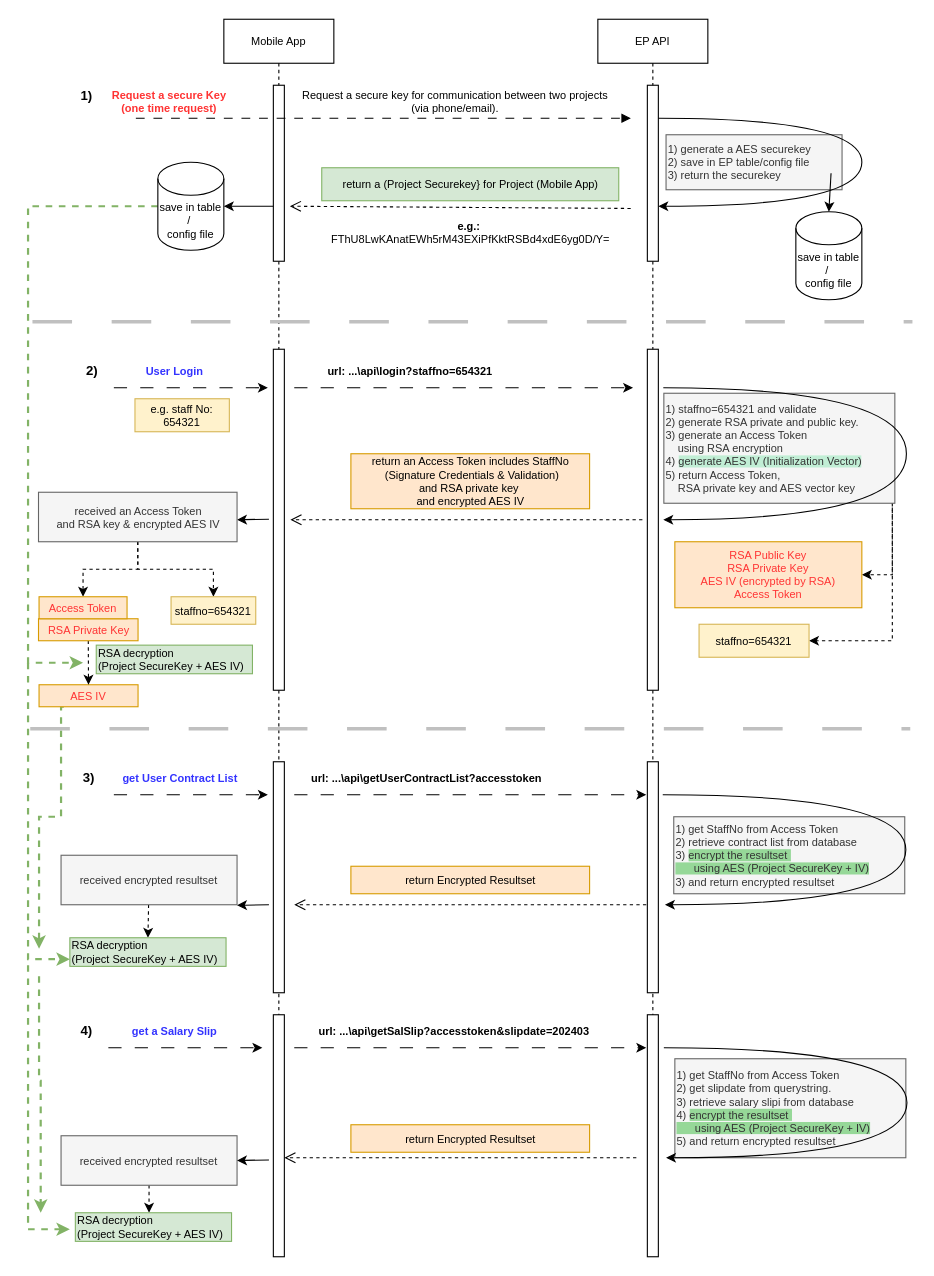
The draw.io diagram employeePortal_API_workflow.drawio in mujianlo/hrpt_drawio, before the edit. Source tidied: cells renumbered, new cells numbered last; positions are measured from the earlier drawing's top-left corner, leaving out a move shared by most shapes. Both pictures are drawn from the tidied source at 110%, with x=0, y=0 at pixel (28, 19).
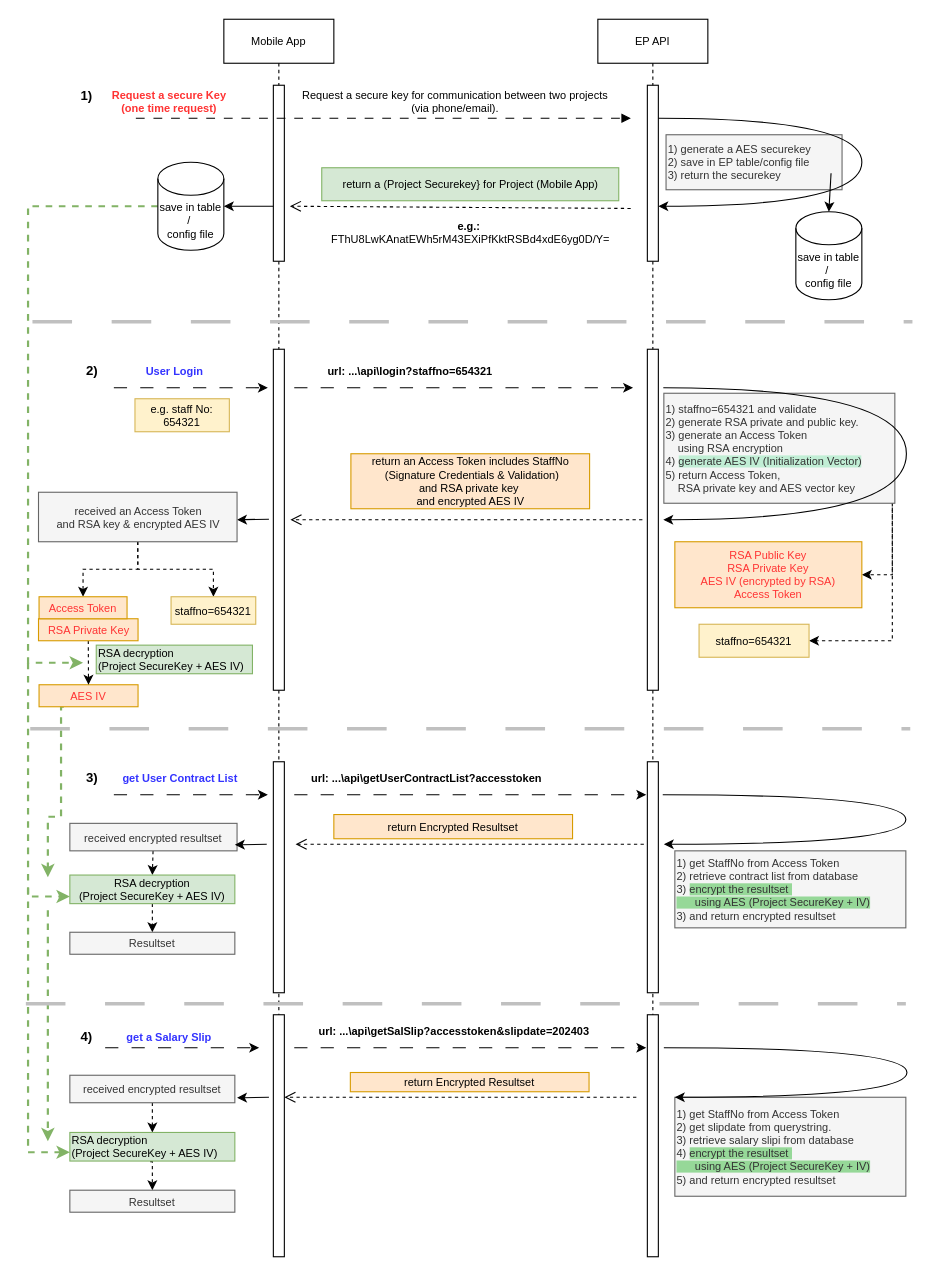
After the change.

Unchanged cells that the change refers to:
```xml
<mxCell id="33" value="AES IV" style="rounded=0;whiteSpace=wrap;html=1;fillColor=#ffe6cc;strokeColor=#d79b00;fontSize=10;fontColor=#FF3333;" parent="1" vertex="1">
  <mxGeometry x="10" y="605" width="90" height="20" as="geometry" />
</mxCell>
```

Change to the diagram source:
```diff
@@
     <mxCell id="32" style="edgeStyle=orthogonalEdgeStyle;rounded=0;jettySize=auto;html=1;strokeWidth=2;fillColor=#d5e8d4;strokeColor=#82b366;dashed=1;exitX=0.25;exitY=1;exitDx=0;exitDy=0;" parent="1" edge="1" source="33">
       <mxGeometry relative="1" as="geometry">
-        <mxPoint x="10" y="845" as="targetPoint" />
+        <mxPoint x="18" y="780" as="targetPoint" />
         <Array as="points">
           <mxPoint x="30" y="625" />
           <mxPoint x="30" y="725" />
+          <mxPoint x="18" y="725" />
+          <mxPoint x="18" y="780" />
         </Array>
       </mxGeometry>
     </mxCell>
@@
     <mxCell id="42" value="&lt;div&gt;1) get StaffNo from Access Token&lt;/div&gt;&lt;div&gt;2) retrieve contract list from database&lt;/div&gt;&lt;div&gt;3) &lt;span style=&quot;background-color: rgb(150, 216, 152);&quot;&gt;encrypt the resultset&amp;nbsp;&lt;/span&gt;&lt;/div&gt;&lt;div&gt;&lt;span style=&quot;background-color: rgb(150, 216, 152);&quot;&gt;&amp;nbsp;&amp;nbsp;&amp;nbsp;&amp;nbsp;&amp;nbsp; using AES (Project SecureKey + IV)&lt;/span&gt;&lt;br&gt;&lt;/div&gt;&lt;div&gt;3) and return encrypted resultset &lt;br&gt;&lt;/div&gt;" style="text;html=1;align=left;verticalAlign=middle;strokeColor=#666666;fillColor=#f5f5f5;fontSize=10;fontColor=#333333;" parent="1" vertex="1">
-      <mxGeometry x="587" y="725" width="210" height="70" as="geometry" />
+      <mxGeometry x="588" y="756" width="210" height="70" as="geometry" />
     </mxCell>
     <mxCell id="43" style="html=1;verticalAlign=bottom;endArrow=open;dashed=1;endSize=8;elbow=horizontal;rounded=0;fontSize=10;" parent="1" edge="1">
       <mxGeometry relative="1" as="geometry">
-        <mxPoint x="562" y="805" as="sourcePoint" />
-        <mxPoint x="242" y="805" as="targetPoint" />
+        <mxPoint x="559.8" y="750" as="sourcePoint" />
+        <mxPoint x="243.2" y="750" as="targetPoint" />
       </mxGeometry>
     </mxCell>
@@
     <mxCell id="45" value="&lt;b&gt;3)&lt;/b&gt;" style="text;html=1;align=center;verticalAlign=middle;strokeColor=none;fillColor=none;" parent="1" vertex="1">
-      <mxGeometry x="40" y="675" width="30" height="30" as="geometry" />
+      <mxGeometry x="43" y="675" width="30" height="30" as="geometry" />
     </mxCell>
@@
     <mxCell id="48" style="edgeStyle=orthogonalEdgeStyle;rounded=0;orthogonalLoop=1;jettySize=auto;html=1;elbow=vertical;curved=1;fontSize=10;" parent="1" edge="1">
       <mxGeometry relative="1" as="geometry">
         <mxPoint x="577" y="705" as="sourcePoint" />
-        <mxPoint x="579" y="805" as="targetPoint" />
+        <mxPoint x="578" y="750" as="targetPoint" />
         <Array as="points">
           <mxPoint x="798" y="705" />
-          <mxPoint x="798" y="805" />
+          <mxPoint x="798" y="750" />
+          <mxPoint x="579" y="750" />
         </Array>
       </mxGeometry>
     </mxCell>
@@
     <mxCell id="59" value="&lt;div&gt;return Encrypted Resultset&lt;/div&gt;" style="rounded=0;whiteSpace=wrap;html=1;fillColor=#ffe6cc;strokeColor=#d79b00;fontSize=10;" parent="1" vertex="1">
-      <mxGeometry x="293.5" y="770" width="217" height="25" as="geometry" />
+      <mxGeometry x="278" y="723" width="217" height="22" as="geometry" />
     </mxCell>
@@
     <mxCell id="61" value="&lt;div&gt;received encrypted resultset&lt;br&gt;&lt;/div&gt;" style="rounded=0;whiteSpace=wrap;html=1;fillColor=#f5f5f5;strokeColor=#666666;fontSize=10;fontColor=#333333;" parent="1" vertex="1">
-      <mxGeometry x="30" y="760" width="160" height="45" as="geometry" />
+      <mxGeometry x="38" y="731" width="152" height="25" as="geometry" />
     </mxCell>
     <mxCell id="62" style="rounded=0;orthogonalLoop=1;jettySize=auto;html=1;elbow=vertical;fontSize=10;" parent="1" edge="1">
       <mxGeometry relative="1" as="geometry">
-        <mxPoint x="219" y="805" as="sourcePoint" />
-        <mxPoint x="190" y="805.5" as="targetPoint" />
+        <mxPoint x="217" y="750" as="sourcePoint" />
+        <mxPoint x="188" y="750.5" as="targetPoint" />
       </mxGeometry>
     </mxCell>
+    <mxCell id="81" style="edgeStyle=orthogonalEdgeStyle;rounded=0;jettySize=auto;html=1;exitX=0.5;exitY=1;exitDx=0;exitDy=0;entryX=0.5;entryY=0;entryDx=0;entryDy=0;dashed=1;" parent="1" edge="1" source="63" target="82">
+      <mxGeometry relative="1" as="geometry" />
+    </mxCell>
-    <mxCell id="63" value="&lt;div&gt;RSA decryption&lt;/div&gt;&lt;div&gt;(Project SecureKey + AES IV) &lt;/div&gt;" style="rounded=0;whiteSpace=wrap;html=1;fontSize=10;strokeColor=#82b366;align=left;fillColor=#d5e8d4;" parent="1" vertex="1">
-      <mxGeometry x="38" y="835" width="142" height="26" as="geometry" />
+    <mxCell id="63" value="&lt;div&gt;RSA decryption&lt;/div&gt;&lt;div&gt;(Project SecureKey + AES IV) &lt;/div&gt;" style="rounded=0;whiteSpace=wrap;html=1;fontSize=10;strokeColor=#82b366;align=center;fillColor=#d5e8d4;" parent="1" vertex="1">
+      <mxGeometry x="38" y="778" width="150" height="26" as="geometry" />
     </mxCell>
@@
     <mxCell id="66" style="endArrow=classic;html=1;rounded=0;dashed=1;dashPattern=12 12;fontSize=10;" parent="1" edge="1">
       <mxGeometry relative="1" as="geometry">
-        <mxPoint x="73" y="935" as="sourcePoint" />
-        <mxPoint x="213" y="935" as="targetPoint" />
+        <mxPoint x="70.1" y="935" as="sourcePoint" />
+        <mxPoint x="210.1" y="935" as="targetPoint" />
       </mxGeometry>
     </mxCell>
@@
     <mxCell id="69" value="&lt;div&gt;1) get StaffNo from Access Token&lt;/div&gt;&lt;div&gt;2) get slipdate from querystring.&lt;/div&gt;&lt;div&gt;3) retrieve salary slipi from database&lt;/div&gt;&lt;div&gt;4) &lt;span style=&quot;background-color: rgb(150, 216, 152);&quot;&gt;encrypt the resultset&amp;nbsp;&lt;/span&gt;&lt;/div&gt;&lt;div&gt;&lt;span style=&quot;background-color: rgb(150, 216, 152);&quot;&gt;&amp;nbsp;&amp;nbsp;&amp;nbsp;&amp;nbsp;&amp;nbsp; using AES (Project SecureKey + IV)&lt;/span&gt;&lt;br&gt;&lt;/div&gt;&lt;div&gt;5) and return encrypted resultset &lt;br&gt;&lt;/div&gt;" style="text;html=1;align=left;verticalAlign=middle;strokeColor=#666666;fillColor=#f5f5f5;fontSize=10;fontColor=#333333;" parent="1" vertex="1">
-      <mxGeometry x="588" y="945" width="210" height="90" as="geometry" />
+      <mxGeometry x="588" y="980" width="210" height="90" as="geometry" />
     </mxCell>
     <mxCell id="70" style="html=1;verticalAlign=bottom;endArrow=open;dashed=1;endSize=8;elbow=horizontal;rounded=0;fontSize=10;" parent="1" edge="1">
       <mxGeometry relative="1" as="geometry">
-        <mxPoint x="553" y="1035" as="sourcePoint" />
-        <mxPoint x="233" y="1035" as="targetPoint" />
+        <mxPoint x="553" y="980" as="sourcePoint" />
+        <mxPoint x="233" y="980" as="targetPoint" />
       </mxGeometry>
     </mxCell>
     <mxCell id="71" value="&lt;b&gt;4)&lt;/b&gt;" style="text;html=1;align=center;verticalAlign=middle;strokeColor=none;fillColor=none;" parent="1" vertex="1">
-      <mxGeometry x="38" y="905" width="30" height="30" as="geometry" />
+      <mxGeometry x="38" y="910" width="30" height="30" as="geometry" />
     </mxCell>
     <mxCell id="72" value="get a Salary Slip" style="text;html=1;align=center;verticalAlign=middle;strokeColor=none;fillColor=none;fontSize=10;fontStyle=1;fontColor=#3333FF;" parent="1" vertex="1">
-      <mxGeometry x="83" y="905" width="100" height="30" as="geometry" />
+      <mxGeometry x="78" y="910" width="100" height="30" as="geometry" />
     </mxCell>
     <mxCell id="73" style="edgeStyle=orthogonalEdgeStyle;rounded=0;orthogonalLoop=1;jettySize=auto;html=1;elbow=vertical;curved=1;fontSize=10;" parent="1" edge="1">
       <mxGeometry relative="1" as="geometry">
         <mxPoint x="578" y="935" as="sourcePoint" />
-        <mxPoint x="580" y="1035" as="targetPoint" />
+        <mxPoint x="588" y="980" as="targetPoint" />
         <Array as="points">
           <mxPoint x="799" y="935" />
-          <mxPoint x="799" y="1035" />
+          <mxPoint x="799" y="980" />
         </Array>
       </mxGeometry>
     </mxCell>
     <mxCell id="74" value="&lt;div&gt;return Encrypted Resultset&lt;/div&gt;" style="rounded=0;whiteSpace=wrap;html=1;fillColor=#ffe6cc;strokeColor=#d79b00;fontSize=10;" parent="1" vertex="1">
-      <mxGeometry x="293.5" y="1005" width="217" height="25" as="geometry" />
+      <mxGeometry x="293" y="957.5" width="217" height="17.5" as="geometry" />
     </mxCell>
-    <mxCell id="75" style="rounded=0;jettySize=auto;html=1;dashed=1;" parent="1" edge="1" source="76">
-      <mxGeometry relative="1" as="geometry">
-        <mxPoint x="110" y="1085" as="targetPoint" />
-      </mxGeometry>
-    </mxCell>
+    <mxCell id="77" style="rounded=0;orthogonalLoop=1;jettySize=auto;html=1;elbow=vertical;fontSize=10;" parent="1" edge="1">
+      <mxGeometry relative="1" as="geometry">
+        <mxPoint x="219" y="980" as="sourcePoint" />
+        <mxPoint x="190" y="980.5" as="targetPoint" />
+      </mxGeometry>
+    </mxCell>
+    <mxCell id="79" style="endArrow=classic;html=1;rounded=0;edgeStyle=elbowEdgeStyle;dashed=1;fillColor=#d5e8d4;strokeColor=#82b366;strokeWidth=2;fontSize=10;entryX=0;entryY=0.75;entryDx=0;entryDy=0;" parent="1" edge="1">
+      <mxGeometry relative="1" as="geometry">
+        <mxPoint y="790" as="sourcePoint" />
+        <mxPoint x="38" y="1030" as="targetPoint" />
+        <Array as="points">
+          <mxPoint y="960" />
+        </Array>
+      </mxGeometry>
+    </mxCell>
+    <mxCell id="82" value="Resultset" style="rounded=0;whiteSpace=wrap;html=1;fillColor=#f5f5f5;strokeColor=#666666;fontSize=10;fontColor=#333333;" parent="1" vertex="1">
+      <mxGeometry x="38" y="830" width="150" height="20" as="geometry" />
+    </mxCell>
+    <mxCell id="83" style="rounded=0;jettySize=auto;html=1;dashed=1;entryX=0.5;entryY=0;entryDx=0;entryDy=0;exitX=0.5;exitY=1;exitDx=0;exitDy=0;" parent="1" edge="1" source="76" target="78">
+      <mxGeometry relative="1" as="geometry" />
+    </mxCell>
+    <mxCell id="84" style="edgeStyle=orthogonalEdgeStyle;rounded=0;jettySize=auto;html=1;exitX=0.5;exitY=1;exitDx=0;exitDy=0;entryX=0.5;entryY=0;entryDx=0;entryDy=0;dashed=1;" parent="1" edge="1" target="85">
+      <mxGeometry relative="1" as="geometry">
+        <mxPoint x="111" y="1038.5" as="sourcePoint" />
+      </mxGeometry>
+    </mxCell>
+    <mxCell id="85" value="Resultset" style="rounded=0;whiteSpace=wrap;html=1;fillColor=#f5f5f5;strokeColor=#666666;fontSize=10;fontColor=#333333;" parent="1" vertex="1">
+      <mxGeometry x="38" y="1064.5" width="150" height="20" as="geometry" />
+    </mxCell>
+    <mxCell id="78" value="&lt;div&gt;RSA decryption&lt;/div&gt;&lt;div&gt;(Project SecureKey + AES IV) &lt;/div&gt;" style="rounded=0;whiteSpace=wrap;html=1;fontSize=10;strokeColor=#82b366;align=left;fillColor=#d5e8d4;" parent="1" vertex="1">
+      <mxGeometry x="38" y="1012" width="150" height="26" as="geometry" />
+    </mxCell>
     <mxCell id="76" value="&lt;div&gt;received encrypted resultset&lt;br&gt;&lt;/div&gt;" style="rounded=0;whiteSpace=wrap;html=1;fillColor=#f5f5f5;strokeColor=#666666;fontSize=10;fontColor=#333333;" parent="1" vertex="1">
-      <mxGeometry x="30" y="1015" width="160" height="45" as="geometry" />
+      <mxGeometry x="38" y="960" width="150" height="25" as="geometry" />
     </mxCell>
-    <mxCell id="77" style="rounded=0;orthogonalLoop=1;jettySize=auto;html=1;elbow=vertical;fontSize=10;" parent="1" edge="1">
-      <mxGeometry relative="1" as="geometry">
-        <mxPoint x="219" y="1037" as="sourcePoint" />
-        <mxPoint x="190" y="1037.5" as="targetPoint" />
-      </mxGeometry>
-    </mxCell>
-    <mxCell id="78" value="&lt;div&gt;RSA decryption&lt;/div&gt;&lt;div&gt;(Project SecureKey + AES IV) &lt;/div&gt;" style="rounded=0;whiteSpace=wrap;html=1;fontSize=10;strokeColor=#82b366;align=left;fillColor=#d5e8d4;" parent="1" vertex="1">
-      <mxGeometry x="43" y="1085" width="142" height="26" as="geometry" />
-    </mxCell>
-    <mxCell id="79" style="endArrow=classic;html=1;rounded=0;edgeStyle=elbowEdgeStyle;dashed=1;fillColor=#d5e8d4;strokeColor=#82b366;strokeWidth=2;fontSize=10;entryX=0;entryY=0.75;entryDx=0;entryDy=0;" parent="1" edge="1">
-      <mxGeometry relative="1" as="geometry">
-        <mxPoint y="860" as="sourcePoint" />
-        <mxPoint x="38" y="1100" as="targetPoint" />
-        <Array as="points">
-          <mxPoint y="1030" />
-        </Array>
-      </mxGeometry>
-    </mxCell>
-    <mxCell id="80" style="edgeStyle=orthogonalEdgeStyle;rounded=0;orthogonalLoop=1;jettySize=auto;html=1;strokeWidth=2;fillColor=#d5e8d4;strokeColor=#82b366;dashed=1;" parent="1" edge="1">
-      <mxGeometry relative="1" as="geometry">
-        <mxPoint x="10" y="870" as="sourcePoint" />
-        <mxPoint x="11.5" y="1085" as="targetPoint" />
-        <Array as="points">
-          <mxPoint x="10" y="965" />
-          <mxPoint x="12" y="965" />
-        </Array>
-      </mxGeometry>
-    </mxCell>
+    <mxCell id="86" style="edgeStyle=elbowEdgeStyle;rounded=0;orthogonalLoop=1;jettySize=auto;html=1;strokeWidth=2;fillColor=#d5e8d4;strokeColor=#82b366;dashed=1;" parent="1" edge="1">
+      <mxGeometry relative="1" as="geometry">
+        <mxPoint x="18" y="810" as="sourcePoint" />
+        <mxPoint x="18" y="1020" as="targetPoint" />
+      </mxGeometry>
+    </mxCell>
+    <mxCell id="87" style="endArrow=none;dashed=1;html=1;rounded=0;dashPattern=12 12;fillColor=#e1d5e7;strokeColor=#c0c0c0;strokeWidth=3;" parent="1" edge="1">
+      <mxGeometry relative="1" as="geometry">
+        <mxPoint x="-2" y="895" as="sourcePoint" />
+        <mxPoint x="798" y="895" as="targetPoint" />
+      </mxGeometry>
+    </mxCell>
```
